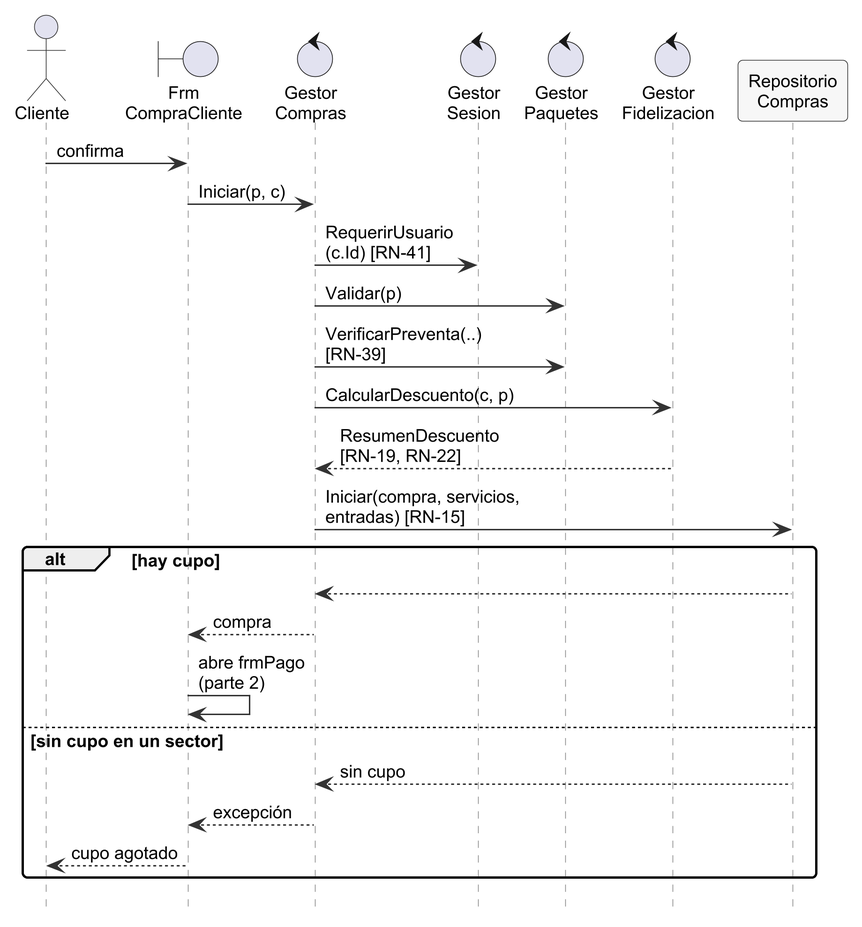
This is docs/diagramas/secuencia-compra-1-reserva.png from MaximoAmbro/TrabajoDeDiploma, a PlantUML export, as it was before one commit.
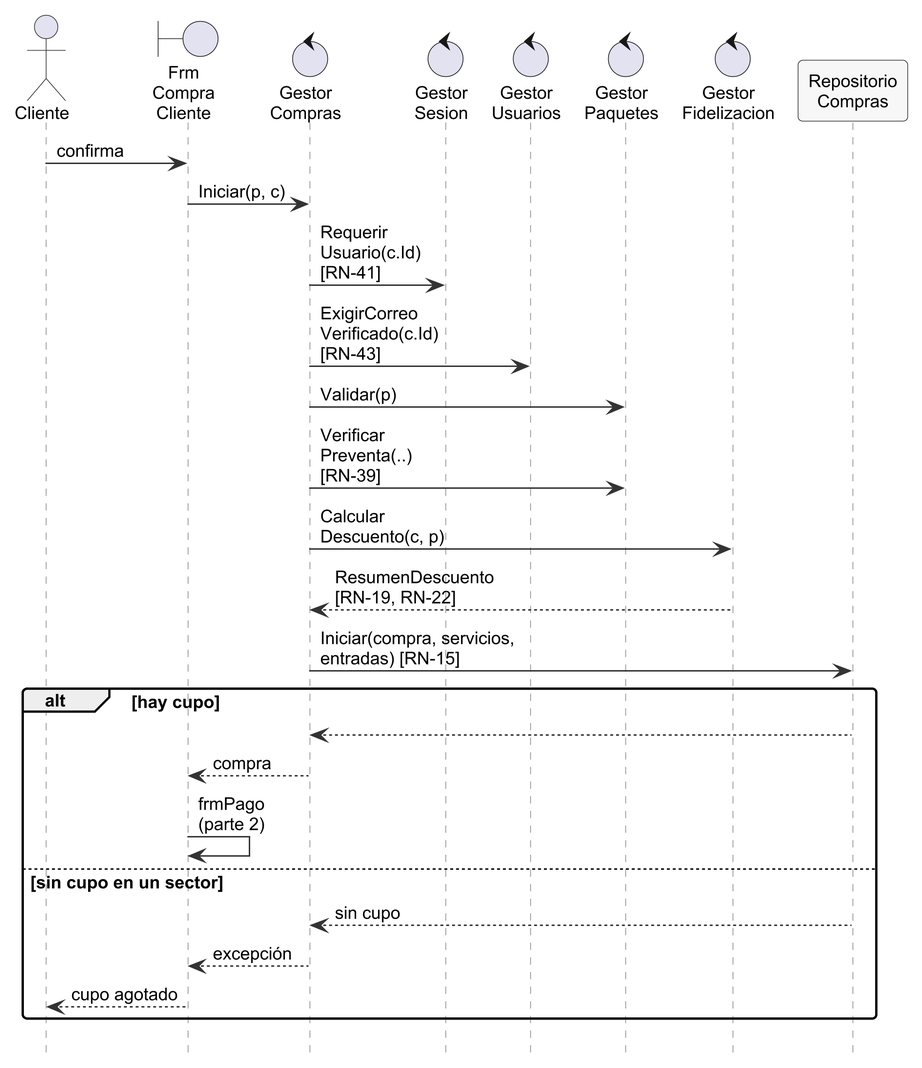
After the change.

What changed in the source:
```diff
@@ -4,25 +4,27 @@
 hide footbox
 
 actor Cliente
-boundary "Frm\nCompraCliente" as Frm
+boundary "Frm\nCompra\nCliente" as Frm
 control "Gestor\nCompras" as GC
 control "Gestor\nSesion" as GS
+control "Gestor\nUsuarios" as GU
 control "Gestor\nPaquetes" as GP
 control "Gestor\nFidelizacion" as GF
 participant "Repositorio\nCompras" as RC
 
 Cliente -> Frm : confirma
 Frm -> GC : Iniciar(p, c)
-GC -> GS : RequerirUsuario\n(c.Id) [RN-41]
+GC -> GS : Requerir\nUsuario(c.Id)\n[RN-41]
+GC -> GU : ExigirCorreo\nVerificado(c.Id)\n[RN-43]
 GC -> GP : Validar(p)
-GC -> GP : VerificarPreventa(..)\n[RN-39]
-GC -> GF : CalcularDescuento(c, p)
+GC -> GP : Verificar\nPreventa(..)\n[RN-39]
+GC -> GF : Calcular\nDescuento(c, p)
 GF --> GC : ResumenDescuento\n[RN-19, RN-22]
 GC -> RC : Iniciar(compra, servicios,\nentradas) [RN-15]
 alt hay cupo
   RC --> GC
   GC --> Frm : compra
-  Frm -> Frm : abre frmPago\n(parte 2)
+  Frm -> Frm : frmPago\n(parte 2)
 else sin cupo en un sector
   RC --> GC : sin cupo
   GC --> Frm : excepción
```
